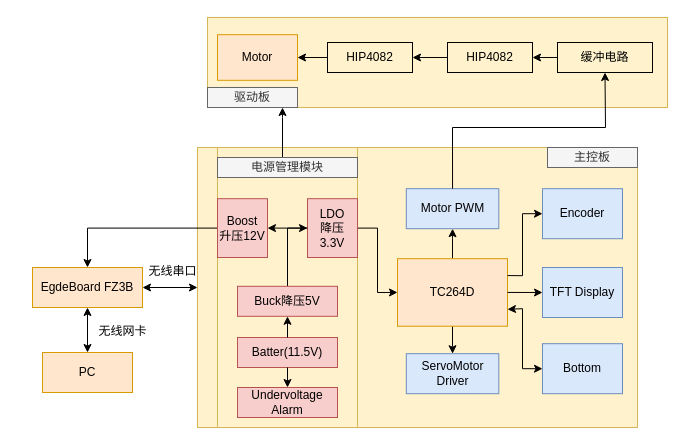
Earlier version of the draw.io diagram 毕设智能车.drawio (cowqer/some-boring-drow.io). Source tidied: cells renumbered, new cells numbered last; positions are measured from the earlier drawing's top-left corner, leaving out a move shared by most shapes. Both pictures are drawn from the tidied source at 100%, with x=0, y=0 at pixel (32, 17).
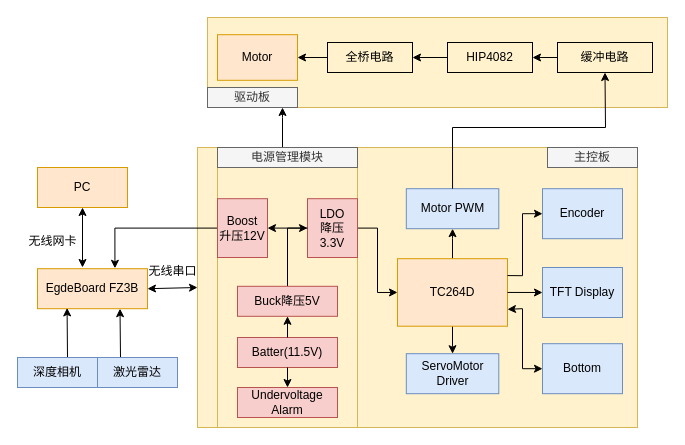
Above is the later version.

Commit message:
更新毕设智能车.drawio

Unchanged cells that the change refers to:
```xml
<mxCell id="29" value="Boost&lt;br&gt;升压12V" style="rounded=0;whiteSpace=wrap;html=1;direction=south;fillColor=#f8cecc;strokeColor=#b85450;" parent="1" vertex="1">
  <mxGeometry x="185" y="181.2" width="50" height="58.8" as="geometry" />
</mxCell>
```

What changed in the source:
```diff
@@
     <mxCell id="27" value="电源管理模块" style="rounded=0;whiteSpace=wrap;html=1;fillColor=#f5f5f5;fontColor=#333333;strokeColor=#666666;" parent="1" vertex="1">
-      <mxGeometry x="185" y="140" width="140" height="20" as="geometry" />
+      <mxGeometry x="185" y="130" width="140" height="20" as="geometry" />
     </mxCell>
-    <mxCell id="28" style="edgeStyle=orthogonalEdgeStyle;rounded=0;jettySize=auto;html=1;entryX=0.5;entryY=0;entryDx=0;entryDy=0;" parent="1" edge="1" source="29" target="31">
+    <mxCell id="28" style="edgeStyle=orthogonalEdgeStyle;rounded=0;jettySize=auto;html=1;entryX=0.704;entryY=-0.01;entryDx=0;entryDy=0;entryPerimeter=0;" parent="1" edge="1" source="29" target="31">
       <mxGeometry relative="1" as="geometry" />
     </mxCell>
@@
     <mxCell id="31" value="EgdeBoard FZ3B" style="whiteSpace=wrap;html=1;rounded=0;fillColor=#ffe6cc;strokeColor=#d79b00;" parent="1" vertex="1">
-      <mxGeometry y="250" width="110" height="40" as="geometry" />
+      <mxGeometry x="5" y="251.2" width="110" height="40" as="geometry" />
     </mxCell>
@@
-    <mxCell id="34" value="PC" style="whiteSpace=wrap;html=1;rounded=0;fillColor=#ffe6cc;strokeColor=#d79b00;" parent="1" vertex="1">
-      <mxGeometry x="10" y="335" width="90" height="40" as="geometry" />
+    <mxCell id="34" value="PC" style="whiteSpace=wrap;html=1;rounded=0;fillColor=#ffe6cc;strokeColor=#d79b00;direction=west;" parent="1" vertex="1">
+      <mxGeometry x="5" y="150" width="90" height="40" as="geometry" />
     </mxCell>
-    <mxCell id="35" style="endArrow=classic;startArrow=classic;html=1;rounded=0;exitX=0.5;exitY=1;exitDx=0;exitDy=0;entryX=0.5;entryY=0;entryDx=0;entryDy=0;" parent="1" edge="1" source="31" target="34">
-      <mxGeometry relative="1" as="geometry" />
+    <mxCell id="35" style="endArrow=classic;startArrow=classic;html=1;rounded=0;entryX=0.5;entryY=0;entryDx=0;entryDy=0;" parent="1" edge="1" target="34">
+      <mxGeometry relative="1" as="geometry">
+        <mxPoint x="50" y="250" as="sourcePoint" />
+      </mxGeometry>
     </mxCell>
     <mxCell id="36" value="无线网卡" style="text;html=1;align=center;verticalAlign=middle;strokeColor=none;fillColor=none;" parent="1" vertex="1">
-      <mxGeometry x="55" y="298.8" width="70" height="30" as="geometry" />
+      <mxGeometry x="-15" y="208.8" width="70" height="30" as="geometry" />
     </mxCell>
@@
-    <mxCell id="44" value="HIP4082" style="rounded=0;whiteSpace=wrap;html=1;direction=west;fillColor=none;" parent="1" vertex="1">
+    <mxCell id="44" value="全桥电路" style="rounded=0;whiteSpace=wrap;html=1;direction=west;fillColor=none;" parent="1" vertex="1">
       <mxGeometry x="295" y="25" width="85" height="30" as="geometry" />
     </mxCell>
+    <mxCell id="45" style="endArrow=classic;html=1;rounded=0;exitX=0.5;exitY=0;exitDx=0;exitDy=0;entryX=0.75;entryY=1;entryDx=0;entryDy=0;" parent="1" edge="1" source="46" target="31">
+      <mxGeometry relative="1" as="geometry">
+        <Array as="points">
+          <mxPoint x="88" y="340" />
+        </Array>
+      </mxGeometry>
+    </mxCell>
+    <mxCell id="46" value="激光雷达" style="rounded=0;whiteSpace=wrap;html=1;fillColor=#dae8fc;strokeColor=#6c8ebf;" parent="1" vertex="1">
+      <mxGeometry x="65" y="340" width="80" height="30" as="geometry" />
+    </mxCell>
+    <mxCell id="47" style="endArrow=classic;html=1;rounded=0;exitX=0.5;exitY=0;exitDx=0;exitDy=0;entryX=0.269;entryY=0.981;entryDx=0;entryDy=0;entryPerimeter=0;" parent="1" edge="1" source="48" target="31">
+      <mxGeometry relative="1" as="geometry">
+        <Array as="points">
+          <mxPoint x="35" y="340" />
+        </Array>
+      </mxGeometry>
+    </mxCell>
+    <mxCell id="48" value="深度相机" style="rounded=0;whiteSpace=wrap;html=1;fillColor=#dae8fc;strokeColor=#6c8ebf;" parent="1" vertex="1">
+      <mxGeometry x="-15" y="340" width="80" height="30" as="geometry" />
+    </mxCell>
```
